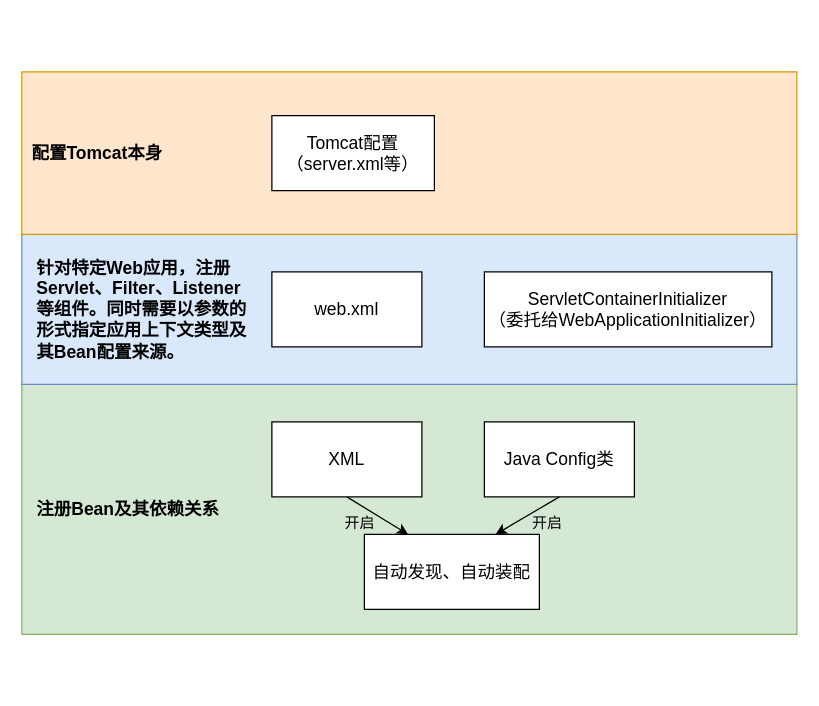
Earlier version of the draw.io diagram Spring MVC配置层次.drawio (watermoonlx/drawio). Source tidied: cells renumbered, new cells numbered last; positions are measured from the earlier drawing's top-left corner, leaving out a move shared by most shapes. Both pictures are drawn from the tidied source at 125%, with x=0, y=0 at pixel (21, 71).
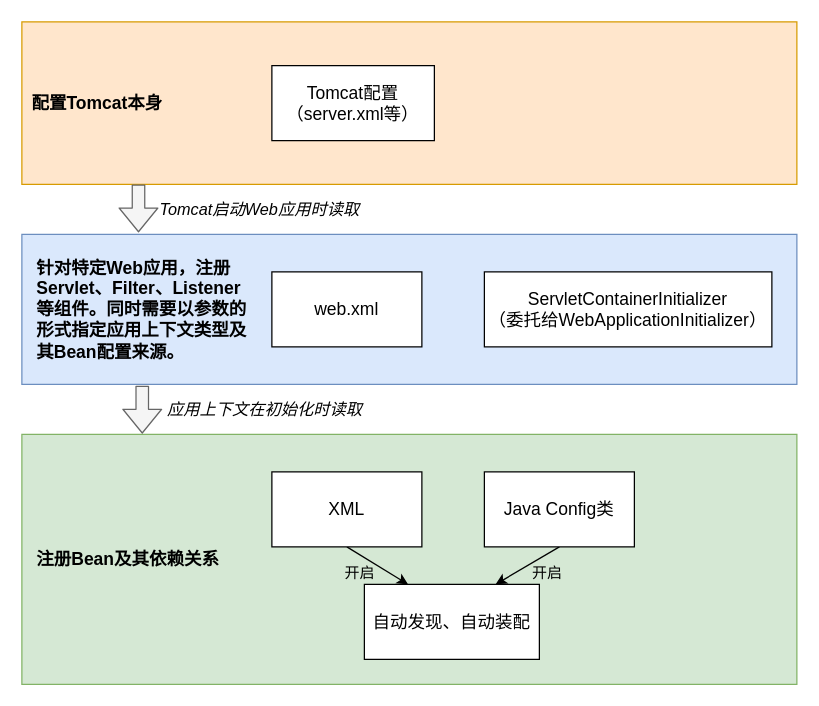
The same diagram, later.

Diff of the diagram source:
```diff
@@
     <mxCell id="2" style="rounded=0;whiteSpace=wrap;html=1;fontSize=14;fillColor=#d5e8d4;strokeColor=#82b366;" parent="1" vertex="1">
-      <mxGeometry y="250" width="620" height="200" as="geometry" />
+      <mxGeometry y="290" width="620" height="200" as="geometry" />
     </mxCell>
@@
     <mxCell id="4" style="rounded=0;whiteSpace=wrap;html=1;fontSize=14;fillColor=#ffe6cc;strokeColor=#d79b00;" parent="1" vertex="1">
-      <mxGeometry width="620" height="130" as="geometry" />
+      <mxGeometry y="-40" width="620" height="130" as="geometry" />
     </mxCell>
@@
     <mxCell id="8" value="XML" style="rounded=0;whiteSpace=wrap;html=1;fontSize=14;" parent="1" vertex="1">
-      <mxGeometry x="200" y="280" width="120" height="60" as="geometry" />
+      <mxGeometry x="200" y="320" width="120" height="60" as="geometry" />
     </mxCell>
@@
     <mxCell id="10" value="Java Config类" style="rounded=0;whiteSpace=wrap;html=1;fontSize=14;" parent="1" vertex="1">
-      <mxGeometry x="370" y="280" width="120" height="60" as="geometry" />
+      <mxGeometry x="370" y="320" width="120" height="60" as="geometry" />
     </mxCell>
     <mxCell id="11" value="自动发现、自动装配" style="rounded=0;whiteSpace=wrap;html=1;fontSize=14;" parent="1" vertex="1">
-      <mxGeometry x="274" y="370" width="140" height="60" as="geometry" />
+      <mxGeometry x="274" y="410" width="140" height="60" as="geometry" />
     </mxCell>
     <mxCell id="12" value="Tomcat配置（server.xml等）" style="rounded=0;whiteSpace=wrap;html=1;fontSize=14;" parent="1" vertex="1">
-      <mxGeometry x="200" y="35" width="130" height="60" as="geometry" />
+      <mxGeometry x="200" y="-5" width="130" height="60" as="geometry" />
     </mxCell>
     <mxCell id="13" value="配置Tomcat本身" style="text;html=1;align=center;verticalAlign=middle;fontSize=14;fontStyle=1;" parent="1" vertex="1">
-      <mxGeometry y="55" width="120" height="20" as="geometry" />
+      <mxGeometry y="15" width="120" height="20" as="geometry" />
     </mxCell>
@@
     <mxCell id="15" value="注册Bean及其依赖关系" style="text;html=1;align=left;verticalAlign=middle;fontSize=14;fontStyle=1;" parent="1" vertex="1">
-      <mxGeometry x="10" y="340" width="160" height="20" as="geometry" />
+      <mxGeometry x="10" y="380" width="160" height="20" as="geometry" />
     </mxCell>
     <mxCell id="16" value="&lt;font style=&quot;font-size: 12px&quot;&gt;开启&lt;/font&gt;" style="text;html=1;align=center;verticalAlign=middle;fontSize=14;" parent="1" vertex="1">
-      <mxGeometry x="250" y="350" width="40" height="20" as="geometry" />
+      <mxGeometry x="250" y="390" width="40" height="20" as="geometry" />
     </mxCell>
     <mxCell id="17" value="&lt;font style=&quot;font-size: 12px&quot;&gt;开启&lt;/font&gt;" style="text;html=1;align=center;verticalAlign=middle;fontSize=14;" parent="1" vertex="1">
-      <mxGeometry x="400" y="350" width="40" height="20" as="geometry" />
+      <mxGeometry x="400" y="390" width="40" height="20" as="geometry" />
     </mxCell>
+    <mxCell id="18" style="shape=flexArrow;endArrow=classic;html=1;entryX=0.194;entryY=-0.013;entryDx=0;entryDy=0;entryPerimeter=0;exitX=0.194;exitY=1;exitDx=0;exitDy=0;exitPerimeter=0;fillColor=#f5f5f5;strokeColor=#666666;" parent="1" edge="1">
+      <mxGeometry relative="1" as="geometry">
+        <mxPoint x="93.3" y="90" as="sourcePoint" />
+        <mxPoint x="93.3" y="128.4" as="targetPoint" />
+      </mxGeometry>
+    </mxCell>
+    <mxCell id="19" style="shape=flexArrow;endArrow=classic;html=1;entryX=0.194;entryY=-0.013;entryDx=0;entryDy=0;entryPerimeter=0;exitX=0.194;exitY=1;exitDx=0;exitDy=0;exitPerimeter=0;fillColor=#f5f5f5;strokeColor=#666666;" parent="1" edge="1">
+      <mxGeometry relative="1" as="geometry">
+        <mxPoint x="96.3" y="251" as="sourcePoint" />
+        <mxPoint x="96.3" y="289.4" as="targetPoint" />
+      </mxGeometry>
+    </mxCell>
+    <mxCell id="20" value="Tomcat启动Web应用时读取" style="text;html=1;align=center;verticalAlign=middle;fontStyle=2;fontSize=13;" parent="1" vertex="1">
+      <mxGeometry x="100" y="100" width="180" height="20" as="geometry" />
+    </mxCell>
+    <mxCell id="21" value="应用上下文在初始化时读取" style="text;html=1;align=center;verticalAlign=middle;fontStyle=2;fontSize=13;" parent="1" vertex="1">
+      <mxGeometry x="109" y="260" width="170" height="20" as="geometry" />
+    </mxCell>
```
